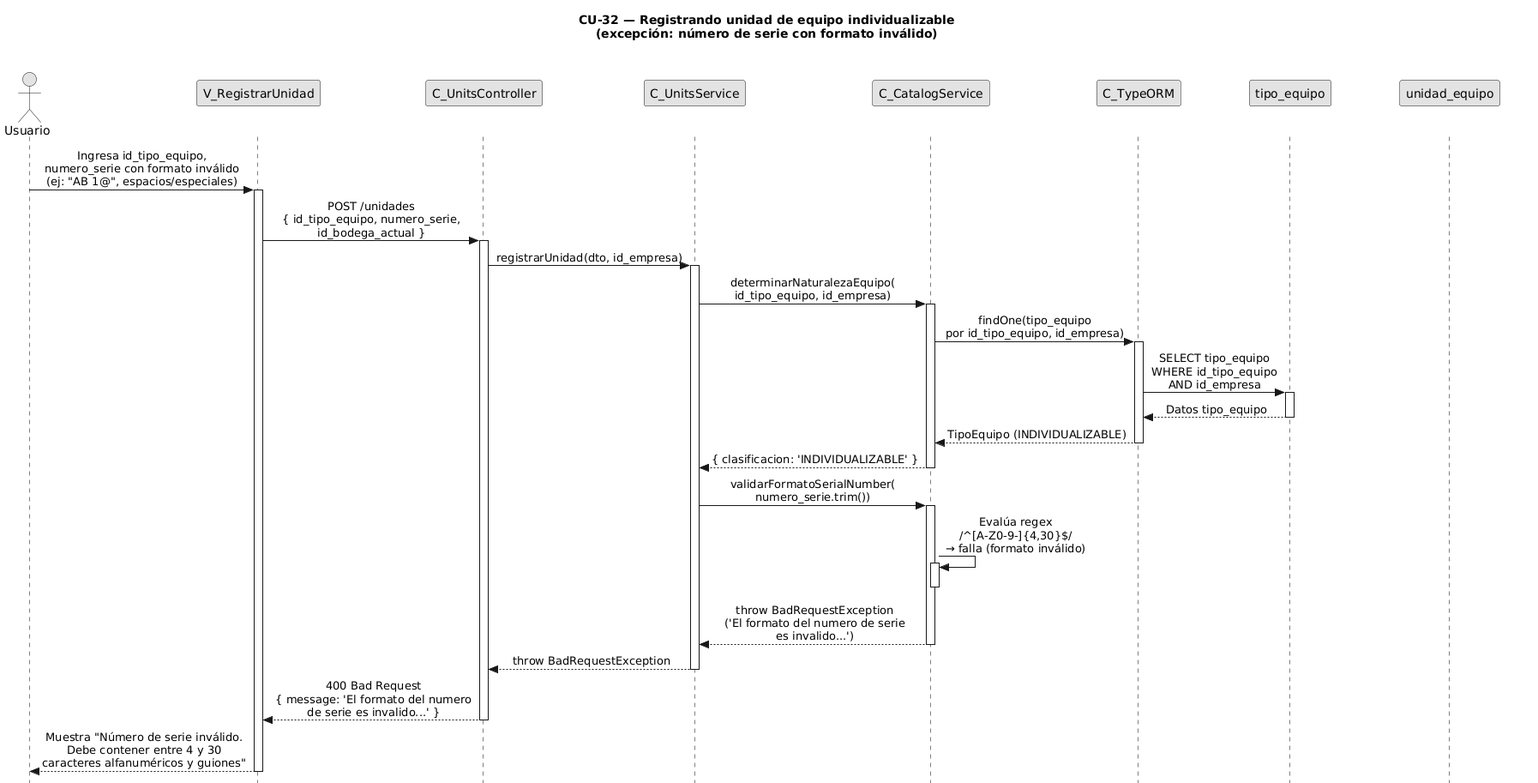
This is diagramas/diagramas-secuencia/CU32/CU32-exc-serie-invalida.png from FSM-Finet-y-Cable-Magico/Team_1-Inventario-y-Bodega, a PlantUML export, as it was before one commit.
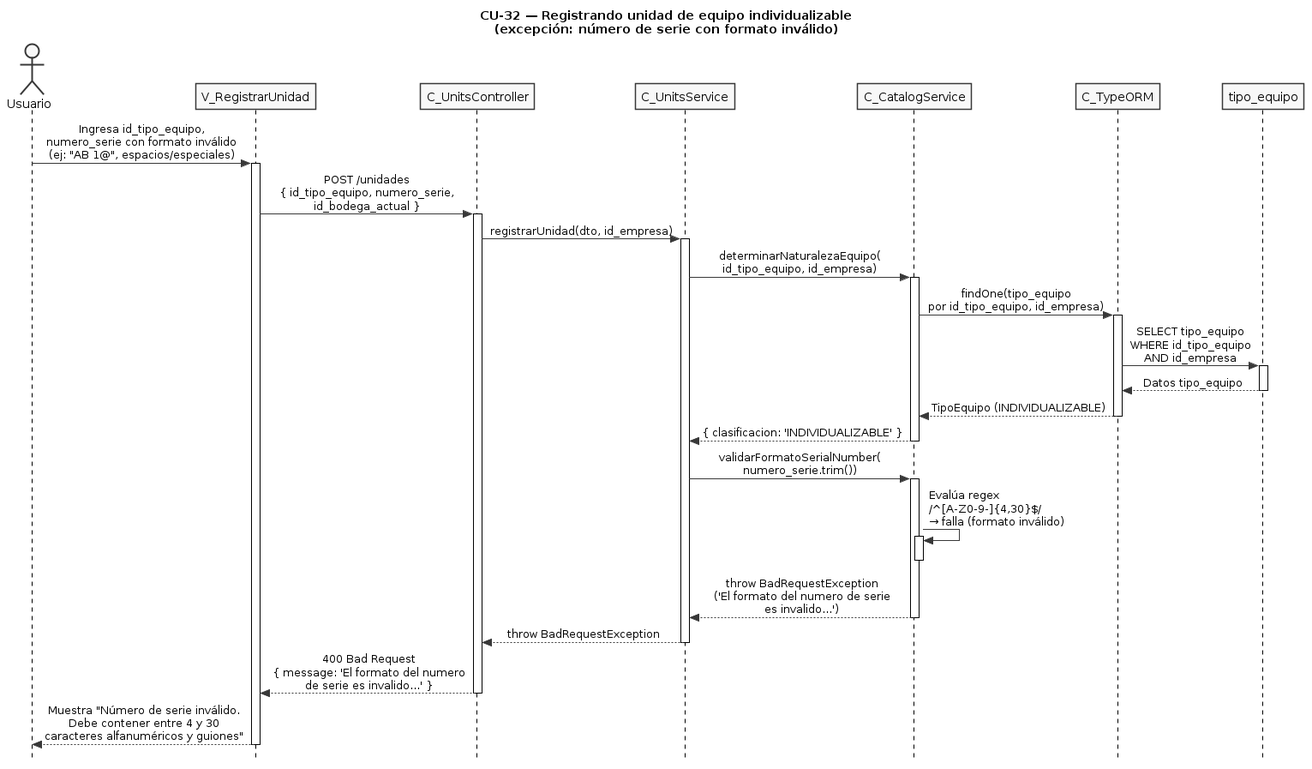
Later version of the same file.

Change to the diagram source:
```diff
@@ -5,16 +5,8 @@
 skinparam monochrome true
 skinparam shadowing false
 skinparam sequenceMessageAlign center
-<style>
-sequenceDiagram {
-  participant {
-    Margin 35
-  }
-  actor {
-    Margin 15
-  }
-}
-</style>
+skinparam ParticipantPadding 25
+skinparam ActorPadding 20
 skinparam sequence {
   MessageAlign center
   LifeLineBorderColor black
@@ -28,7 +20,6 @@
 participant "C_CatalogService" as cat
 participant "C_TypeORM" as orm
 participant "tipo_equipo" as tent
-participant "unidad_equipo" as uent
 
 user -> view : Ingresa id_tipo_equipo,\nnumero_serie con formato inválido\n(ej: "AB 1@", espacios/especiales)
 activate view
```
